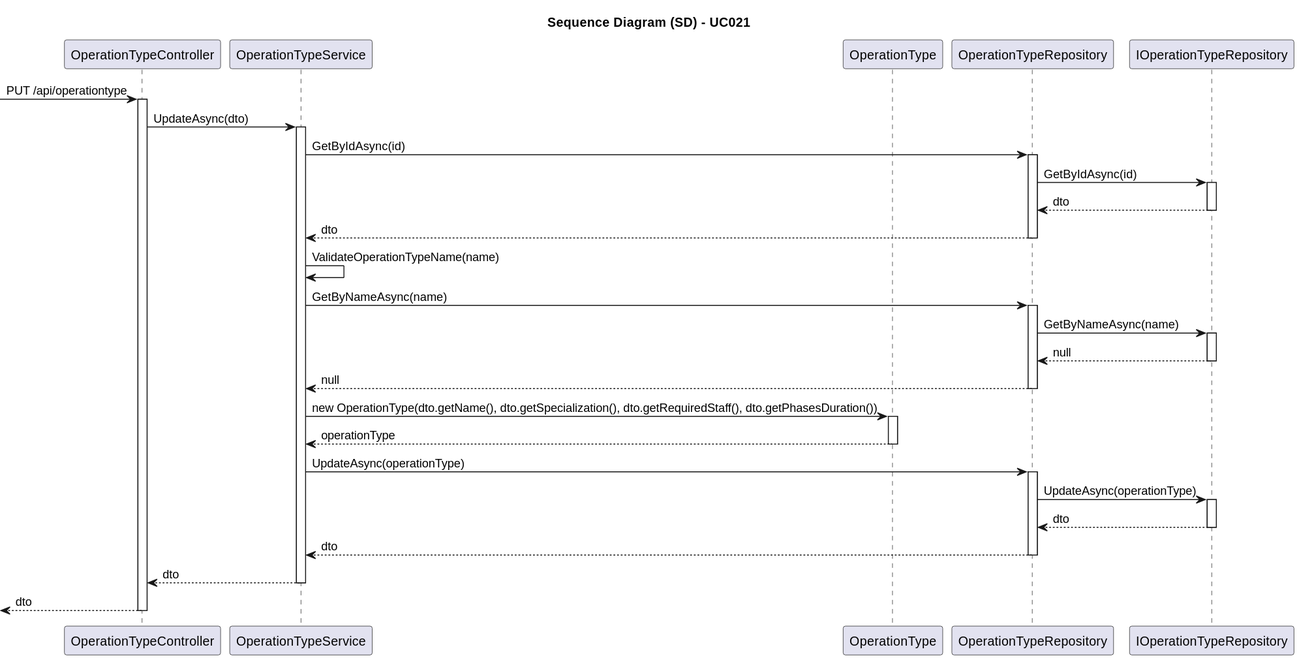
1221124/sem5pi-24-25-g031 keeps this PlantUML diagram as docs/SprintA/UseCases/UC021/03.design/svg/uc021-sequence-diagram.svg. Above is the earlier version. Its diagram source:
```plantuml
@startuml
skinparam packageStyle rectangle
skinparam shadowing false
skinparam linetype polyline
skinparam classAttributeIconSize 0

title Sequence Diagram (SD) - UC021

participant "OperationTypeController" as Controller
participant "OperationTypeService" as Service
participant "OperationType" as Domain
participant "OperationTypeRepository" as Repository
participant "IOperationTypeRepository" as IRepo

-> Controller: PUT /api/operationtype

activate Controller

    Controller -> Service: UpdateAsync(dto)

    activate Service

        Service -> Repository: GetByIdAsync(id)

        activate Repository

            Repository -> IRepo: GetByIdAsync(id)

            activate IRepo

                IRepo --> Repository: dto

            deactivate IRepo

            Repository --> Service: dto

        deactivate Repository

        Service -> Service: ValidateOperationTypeName(name)

        Service -> Repository: GetByNameAsync(name)

        activate Repository

            Repository -> IRepo: GetByNameAsync(name)

            activate IRepo

                IRepo --> Repository: null

            deactivate IRepo

            Repository --> Service: null

        deactivate Repository

        Service -> Domain: new OperationType(dto.getName(), dto.getSpecialization(), dto.getRequiredStaff(), dto.getPhasesDuration())

        activate Domain

            Domain --> Service: operationType

        deactivate Domain

        Service -> Repository: UpdateAsync(operationType)

        activate Repository

            Repository -> IRepo: UpdateAsync(operationType)

            activate IRepo

                IRepo --> Repository: dto

            deactivate IRepo

            Repository --> Service: dto

        deactivate Repository

        Service --> Controller: dto

    deactivate Service

    <-- Controller : dto

deactivate Controller
@enduml
```
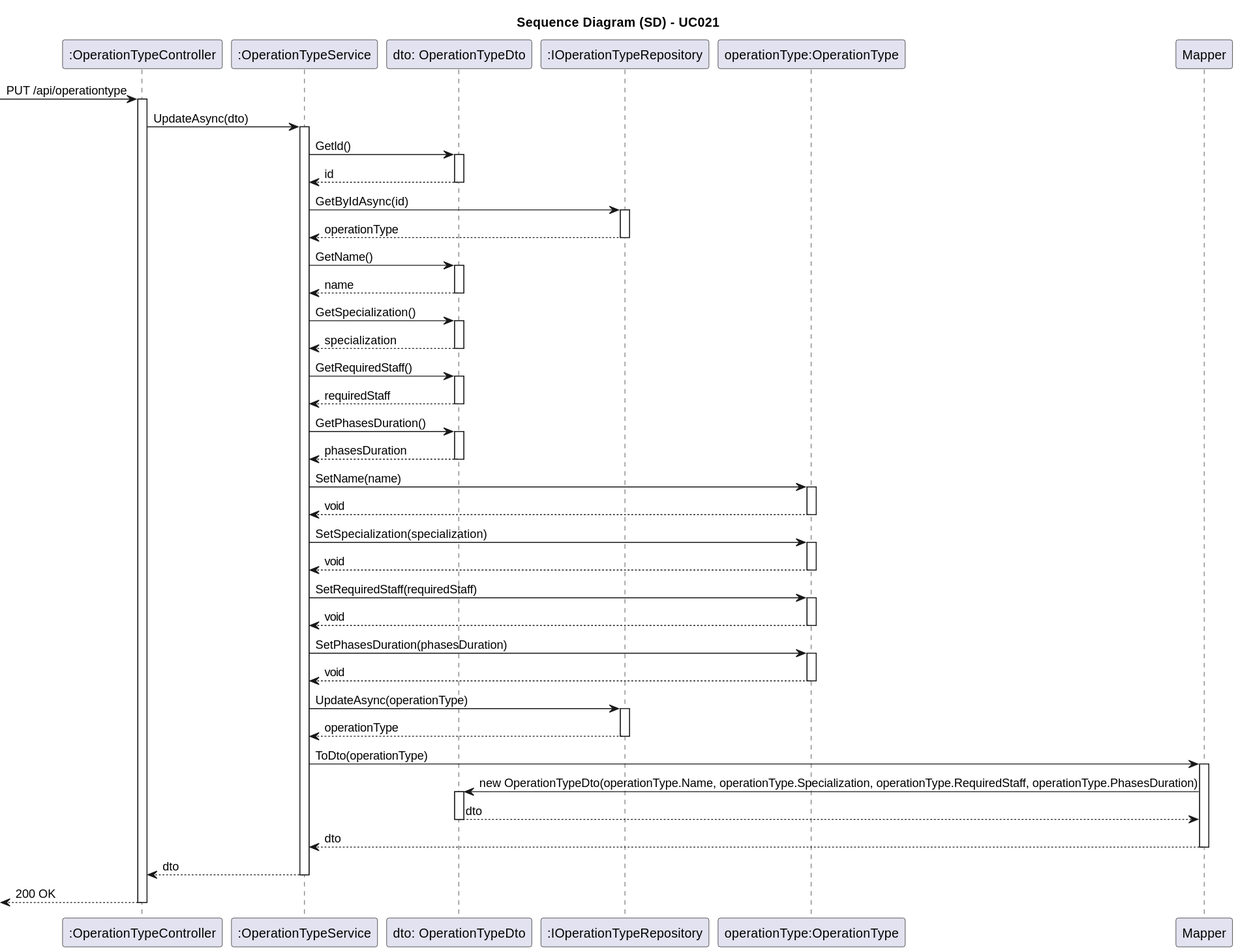
Later version of the same file.

Diff of the diagram source:
```diff
@@ -6,11 +6,12 @@
 
 title Sequence Diagram (SD) - UC021
 
-participant "OperationTypeController" as Controller
-participant "OperationTypeService" as Service
-participant "OperationType" as Domain
-participant "OperationTypeRepository" as Repository
-participant "IOperationTypeRepository" as IRepo
+participant ":OperationTypeController" as Controller
+participant ":OperationTypeService" as Service
+participant "dto: OperationTypeDto" as Dto
+participant ":IOperationTypeRepository" as IRepo
+participant "operationType:OperationType" as Domain
+participant "Mapper" as Mapper
 
 -> Controller: PUT /api/operationtype
 
@@ -20,69 +21,115 @@
 
     activate Service
 
-        Service -> Repository: GetByIdAsync(id)
+        Service -> Dto: GetId()
 
-        activate Repository
+        activate Dto
 
-            Repository -> IRepo: GetByIdAsync(id)
+            Dto --> Service: id
 
-            activate IRepo
+        deactivate Dto
 
-                IRepo --> Repository: dto
+        Service -> IRepo: GetByIdAsync(id)
 
-            deactivate IRepo
+        activate IRepo
 
-            Repository --> Service: dto
+            IRepo --> Service: operationType
 
-        deactivate Repository
+        deactivate IRepo
 
-        Service -> Service: ValidateOperationTypeName(name)
+        Service -> Dto: GetName()
 
-        Service -> Repository: GetByNameAsync(name)
+        activate Dto
 
-        activate Repository
+            Dto --> Service: name
 
-            Repository -> IRepo: GetByNameAsync(name)
+        deactivate Dto
 
-            activate IRepo
+        Service -> Dto: GetSpecialization()
 
-                IRepo --> Repository: null
+        activate Dto
 
-            deactivate IRepo
+            Dto --> Service: specialization
 
-            Repository --> Service: null
+        deactivate Dto
 
-        deactivate Repository
+        Service -> Dto: GetRequiredStaff()
 
-        Service -> Domain: new OperationType(dto.getName(), dto.getSpecialization(), dto.getRequiredStaff(), dto.getPhasesDuration())
+        activate Dto
+
+            Dto --> Service: requiredStaff
+
+        deactivate Dto
+
+        Service -> Dto: GetPhasesDuration()
+
+        activate Dto
+
+            Dto --> Service: phasesDuration
+
+        deactivate Dto
+
+        Service -> Domain: SetName(name)
 
         activate Domain
 
-            Domain --> Service: operationType
+            Domain --> Service: void
 
         deactivate Domain
 
-        Service -> Repository: UpdateAsync(operationType)
+        Service -> Domain: SetSpecialization(specialization)
 
-        activate Repository
+        activate Domain
 
-            Repository -> IRepo: UpdateAsync(operationType)
+            Domain --> Service: void
 
-            activate IRepo
+        deactivate Domain
 
-                IRepo --> Repository: dto
+        Service -> Domain: SetRequiredStaff(requiredStaff)
 
-            deactivate IRepo
+        activate Domain
 
-            Repository --> Service: dto
+            Domain --> Service: void
 
-        deactivate Repository
+        deactivate Domain
+
+        Service -> Domain: SetPhasesDuration(phasesDuration)
+
+        activate Domain
+
+            Domain --> Service: void
+
+        deactivate Domain
+
+        Service -> IRepo: UpdateAsync(operationType)
+
+        activate IRepo
+
+            IRepo --> Service: operationType
+
+        deactivate IRepo
+
+        Service -> Mapper: ToDto(operationType)
+
+        activate Mapper
+
+            Mapper -> Dto: new OperationTypeDto(operationType.Name, operationType.Specialization, operationType.RequiredStaff, operationType.PhasesDuration)
+
+            activate Dto
+
+                Dto --> Mapper: dto
+
+            deactivate Dto
+
+            Mapper --> Service: dto
+
+        deactivate Mapper
 
         Service --> Controller: dto
 
     deactivate Service
 
-    <-- Controller : dto
+    <-- Controller : 200 OK
 
 deactivate Controller
 @enduml
```
